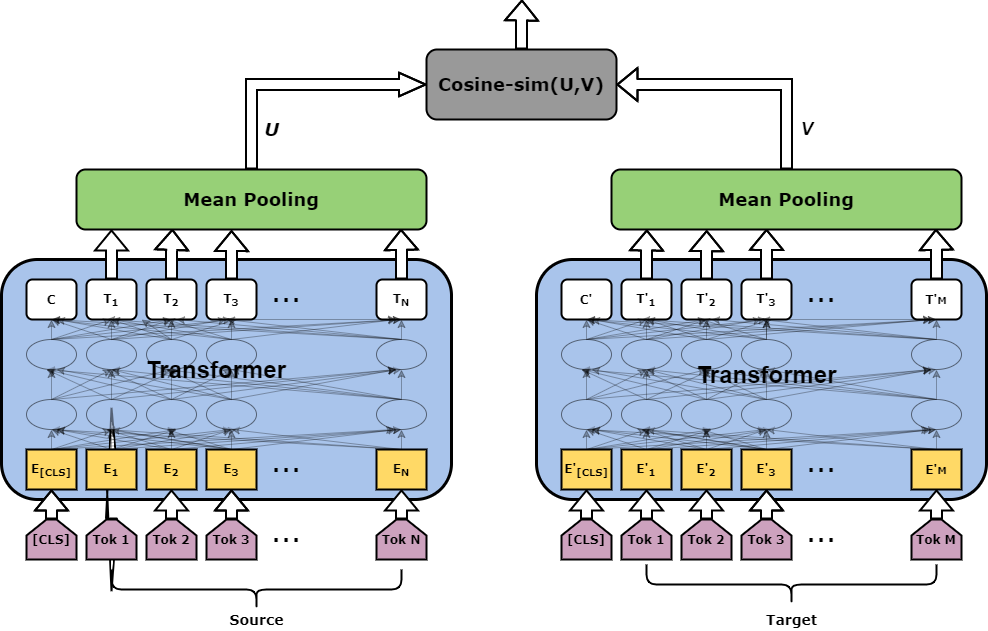
Before: figures/semantic_textual_similarity/transformers/sentence-bert.png, a diagram exported from draw.io (TharinduDR/Thesis). Source tidied: cells renumbered, new cells last; positions are measured from the earlier drawing's top-left corner, leaving out a move shared by most shapes.
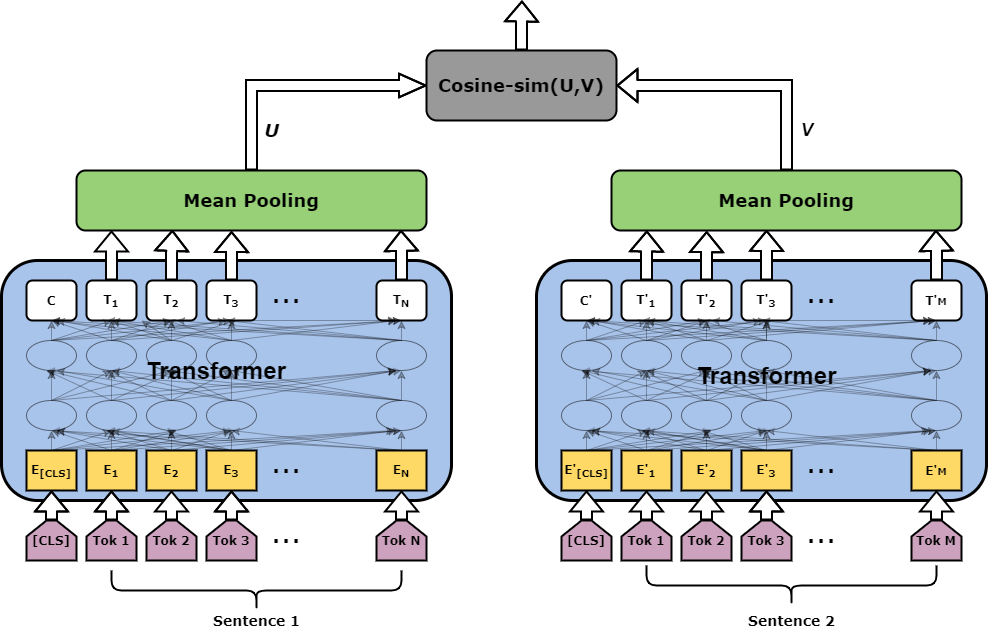
After the commit.

Change to the diagram source:
```diff
@@ -401,8 +401,8 @@
     <mxCell id="112" style="ellipse;whiteSpace=wrap;html=1;fillColor=#A9C4EB;opacity=50;" parent="1" vertex="1">
       <mxGeometry x="375" y="340" width="50" height="30" as="geometry" />
     </mxCell>
-    <mxCell id="113" value="&lt;font face=&quot;Verdana&quot;&gt;&lt;span style=&quot;font-size: 14px&quot;&gt;&lt;b&gt;Source&lt;/b&gt;&lt;/span&gt;&lt;/font&gt;" style="text;html=1;align=center;verticalAlign=middle;" parent="1" vertex="1">
-      <mxGeometry x="220" y="610" width="70" height="20" as="geometry" />
+    <mxCell id="113" value="&lt;font face=&quot;Verdana&quot;&gt;&lt;span style=&quot;font-size: 14px&quot;&gt;&lt;b&gt;Sentence 1&lt;/b&gt;&lt;/span&gt;&lt;/font&gt;" style="text;html=1;align=center;verticalAlign=middle;" parent="1" vertex="1">
+      <mxGeometry x="205" y="610" width="100" height="20" as="geometry" />
     </mxCell>
     <mxCell id="114" style="rounded=1;whiteSpace=wrap;html=1;fillColor=#A9C4EB;strokeWidth=3;" parent="1" vertex="1">
       <mxGeometry x="535" y="260" width="450" height="240" as="geometry" />
@@ -803,8 +803,8 @@
     <mxCell id="224" style="ellipse;whiteSpace=wrap;html=1;fillColor=#A9C4EB;opacity=50;" parent="1" vertex="1">
       <mxGeometry x="910" y="340" width="50" height="30" as="geometry" />
     </mxCell>
-    <mxCell id="225" value="&lt;font face=&quot;Verdana&quot;&gt;&lt;span style=&quot;font-size: 14px&quot;&gt;&lt;b&gt;Target&lt;/b&gt;&lt;/span&gt;&lt;/font&gt;" style="text;html=1;align=center;verticalAlign=middle;" parent="1" vertex="1">
-      <mxGeometry x="755" y="610" width="70" height="20" as="geometry" />
+    <mxCell id="225" value="&lt;font face=&quot;Verdana&quot;&gt;&lt;span style=&quot;font-size: 14px&quot;&gt;&lt;b&gt;Sentence 2&lt;/b&gt;&lt;/span&gt;&lt;/font&gt;" style="text;html=1;align=center;verticalAlign=middle;" parent="1" vertex="1">
+      <mxGeometry x="740" y="610" width="100" height="20" as="geometry" />
     </mxCell>
     <mxCell id="226" style="edgeStyle=orthogonalEdgeStyle;shape=flexArrow;rounded=0;jettySize=auto;html=1;exitX=0.5;exitY=0;exitDx=0;exitDy=0;fillColor=#FFFFFF;endWidth=10.588235294117647;endSize=8.176470588235295;entryX=0;entryY=0.5;entryDx=0;entryDy=0;strokeWidth=2;" parent="1" edge="1" source="227" target="231">
       <mxGeometry relative="1" as="geometry" />
```
